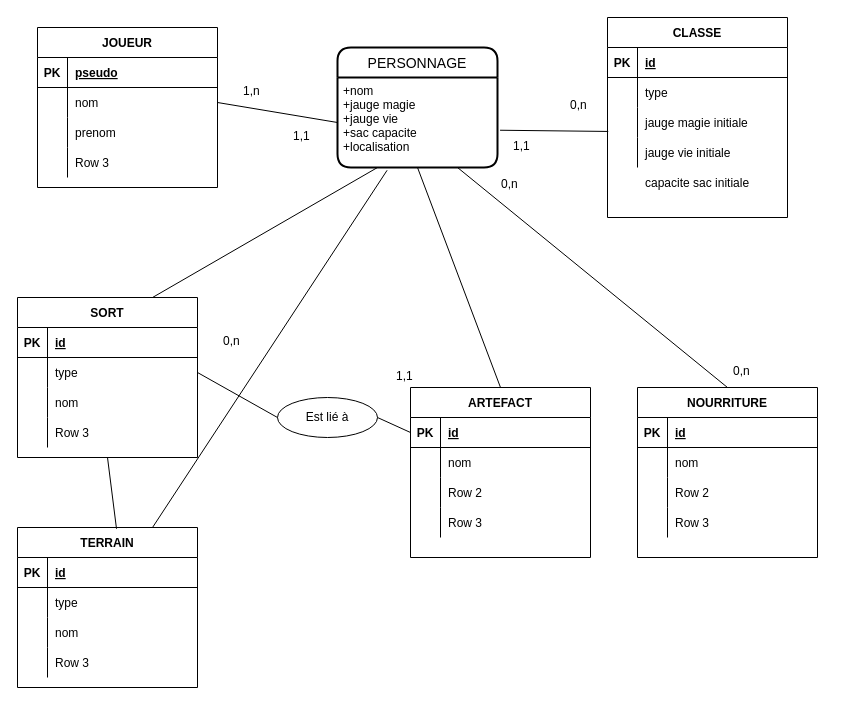
Before: Untitled Diagram.drawio in aurao22/projet_magicien, a draw.io diagram. Source tidied: cells renumbered, new cells numbered last; positions are measured from the earlier drawing's top-left corner, leaving out a move shared by most shapes. Both pictures are drawn from the tidied source at 100%, with x=0, y=0 at pixel (17, 17).
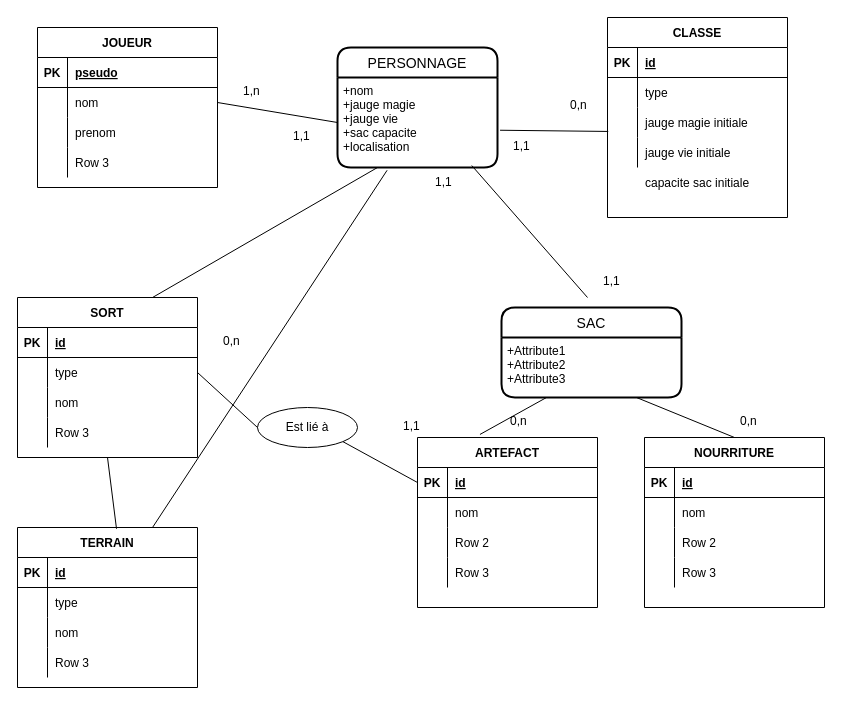
The same diagram, later.

The change refers to these unchanged cells:
```xml
<mxCell id="29" value="+nom&#10;+jauge magie&#10;+jauge vie&#10;+sac capacite&#10;+localisation&#10;" style="align=left;strokeColor=none;fillColor=none;spacingLeft=4;fontSize=12;verticalAlign=top;" parent="28" vertex="1">
  <mxGeometry y="30" width="160" height="90" as="geometry" />
</mxCell>
<mxCell id="57" style="shape=tableRow;horizontal=0;startSize=0;swimlaneHead=0;swimlaneBody=0;fillColor=none;points=[[0,0.5],[1,0.5]];portConstraint=eastwest;top=0;left=0;right=0;bottom=1;" parent="56" vertex="1">
  <mxGeometry y="30" width="180" height="30" as="geometry" />
</mxCell>
```

What changed in the source:
```diff
@@
     <mxCell id="56" value="ARTEFACT" style="shape=table;startSize=30;childLayout=tableLayout;rowLines=0;fontStyle=1;align=center;" parent="1" vertex="1">
-      <mxGeometry x="393" y="370" width="180" height="170" as="geometry" />
+      <mxGeometry x="400" y="420" width="180" height="170" as="geometry" />
     </mxCell>
@@
     <mxCell id="69" value="NOURRITURE" style="shape=table;startSize=30;childLayout=tableLayout;rowLines=0;fontStyle=1;align=center;" parent="1" vertex="1">
-      <mxGeometry x="620" y="370" width="180" height="170" as="geometry" />
+      <mxGeometry x="627" y="420" width="180" height="170" as="geometry" />
     </mxCell>
@@
     <mxCell id="82" value="Est lié à" style="ellipse;whiteSpace=wrap;html=1;align=center;" parent="1" vertex="1">
-      <mxGeometry x="260" y="380" width="100" height="40" as="geometry" />
+      <mxGeometry x="240" y="390" width="100" height="40" as="geometry" />
     </mxCell>
-    <mxCell id="83" style="endArrow=none;html=1;rounded=0;entryX=0;entryY=0.5;entryDx=0;entryDy=0;" parent="1" edge="1" target="57">
-      <mxGeometry relative="1" as="geometry">
-        <mxPoint x="360" y="400" as="sourcePoint" />
-      </mxGeometry>
+    <mxCell id="83" style="endArrow=none;html=1;rounded=0;entryX=0;entryY=0.5;entryDx=0;entryDy=0;exitX=1;exitY=1;exitDx=0;exitDy=0;" parent="1" edge="1" source="82" target="57">
+      <mxGeometry relative="1" as="geometry" />
     </mxCell>
@@
     <mxCell id="86" value="1,1" style="text;strokeColor=none;fillColor=none;spacingLeft=4;spacingRight=4;overflow=hidden;fontSize=12;" parent="1" vertex="1">
-      <mxGeometry x="373" y="345" width="40" height="30" as="geometry" />
+      <mxGeometry x="380" y="395" width="40" height="30" as="geometry" />
     </mxCell>
@@
-    <mxCell id="88" style="endArrow=none;html=1;rounded=0;entryX=0.5;entryY=1;entryDx=0;entryDy=0;exitX=0.5;exitY=0;exitDx=0;exitDy=0;" parent="1" edge="1" source="56" target="29">
+    <mxCell id="88" style="endArrow=none;html=1;rounded=0;exitX=0.347;exitY=-0.018;exitDx=0;exitDy=0;entryX=0.25;entryY=1;entryDx=0;entryDy=0;exitPerimeter=0;" parent="1" edge="1" source="56" target="102">
       <mxGeometry relative="1" as="geometry" />
     </mxCell>
-    <mxCell id="89" style="endArrow=none;html=1;rounded=0;entryX=0.75;entryY=1;entryDx=0;entryDy=0;exitX=0.5;exitY=0;exitDx=0;exitDy=0;" parent="1" edge="1" source="69" target="29">
+    <mxCell id="89" style="endArrow=none;html=1;rounded=0;entryX=0.75;entryY=1;entryDx=0;entryDy=0;exitX=0.5;exitY=0;exitDx=0;exitDy=0;" parent="1" edge="1" source="69" target="102">
       <mxGeometry relative="1" as="geometry" />
     </mxCell>
@@
+    <mxCell id="100" value="0,n" style="text;strokeColor=none;fillColor=none;spacingLeft=4;spacingRight=4;overflow=hidden;fontSize=12;" parent="1" vertex="1">
+      <mxGeometry x="717" y="390" width="40" height="30" as="geometry" />
+    </mxCell>
+    <mxCell id="101" value="SAC" style="swimlane;horizontal=1;startSize=30;rounded=1;fontSize=14;fontStyle=0;strokeWidth=2;shadow=0;dashed=0;align=center;" parent="1" vertex="1">
+      <mxGeometry x="484" y="290" width="180" height="90" as="geometry" />
+    </mxCell>
+    <mxCell id="102" value="+Attribute1&#10;+Attribute2&#10;+Attribute3" style="align=left;strokeColor=none;fillColor=none;spacingLeft=4;fontSize=12;verticalAlign=top;" parent="101" vertex="1">
+      <mxGeometry y="30" width="180" height="60" as="geometry" />
+    </mxCell>
+    <mxCell id="103" value="1,1" style="text;strokeColor=none;fillColor=none;spacingLeft=4;spacingRight=4;overflow=hidden;points=[[0,0.5],[1,0.5]];portConstraint=eastwest;fontSize=12;" parent="1" vertex="1">
+      <mxGeometry x="412" y="151" width="40" height="30" as="geometry" />
+    </mxCell>
     <mxCell id="99" value="0,n" style="text;strokeColor=none;fillColor=none;spacingLeft=4;spacingRight=4;overflow=hidden;fontSize=12;" parent="1" vertex="1">
-      <mxGeometry x="478" y="153" width="40" height="30" as="geometry" />
+      <mxGeometry x="487" y="390" width="40" height="30" as="geometry" />
     </mxCell>
-    <mxCell id="100" value="0,n" style="text;strokeColor=none;fillColor=none;spacingLeft=4;spacingRight=4;overflow=hidden;fontSize=12;" parent="1" vertex="1">
-      <mxGeometry x="710" y="340" width="40" height="30" as="geometry" />
-    </mxCell>
+    <mxCell id="104" style="endArrow=none;html=1;rounded=0;exitX=1.057;exitY=-0.098;exitDx=0;exitDy=0;exitPerimeter=0;" parent="1" edge="1" source="103">
+      <mxGeometry relative="1" as="geometry">
+        <mxPoint x="570" y="280" as="targetPoint" />
+      </mxGeometry>
+    </mxCell>
+    <mxCell id="105" value="1,1" style="text;strokeColor=none;fillColor=none;spacingLeft=4;spacingRight=4;overflow=hidden;fontSize=12;" parent="1" vertex="1">
+      <mxGeometry x="580" y="250" width="40" height="30" as="geometry" />
+    </mxCell>
```
